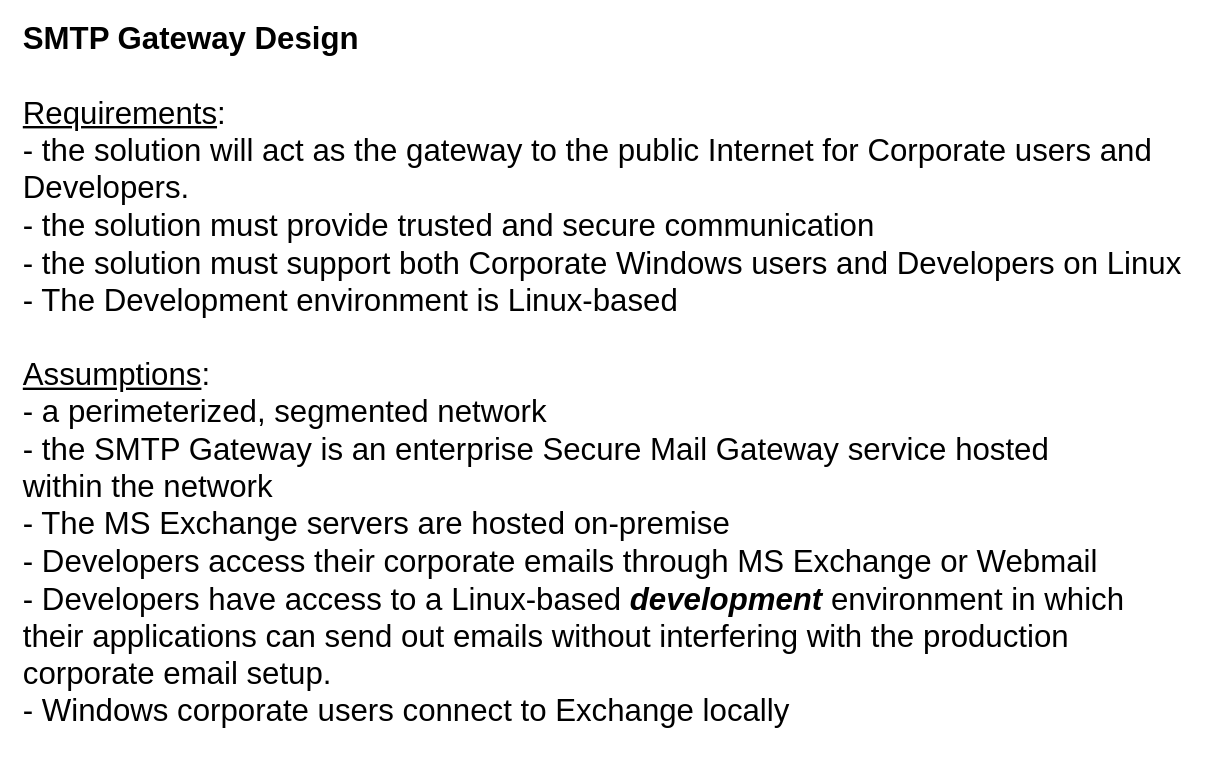
This is page "Requirements and Assumptions" (1 of 4) of SMTP Gateway.drawio from dachachacha/dotfiles, a draw.io file, before an edit. Source tidied: cells renumbered, new cells numbered last; positions are measured from the earlier drawing's top-left corner, leaving out a move shared by most shapes. Both pictures are drawn from the tidied source at 120%, with x=0, y=0 at pixel (20, 20).
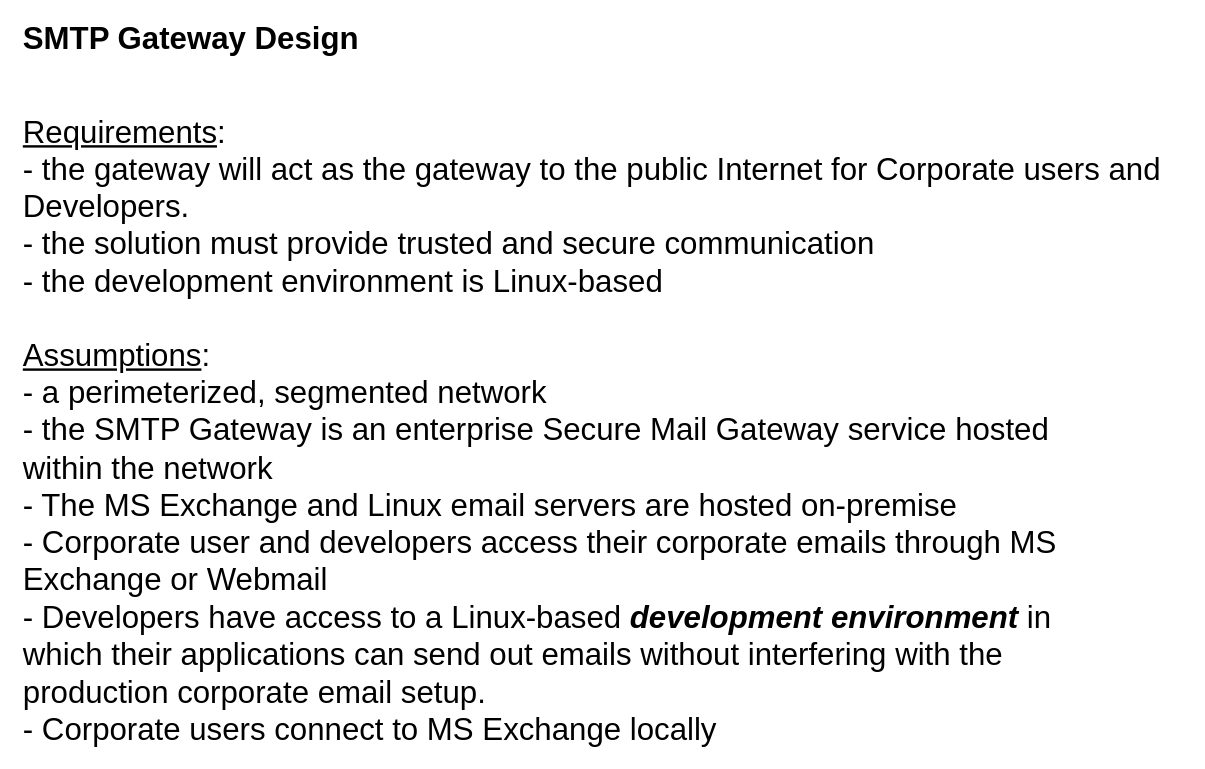
The same page after the edit.

What changed in the source:
```diff
@@
 <mxGraphModel>
   <root>
     <mxCell id="0" />
     <mxCell id="1" parent="0" />
-    <mxCell id="2" value="&lt;u&gt;Assumptions&lt;/u&gt;:&amp;nbsp;&lt;br&gt;&lt;div style=&quot;&quot;&gt;&lt;span style=&quot;background-color: initial;&quot;&gt;-&amp;nbsp;&lt;/span&gt;&lt;span style=&quot;background-color: initial;&quot;&gt;a perimeterized, segmented network&lt;/span&gt;&lt;/div&gt;&lt;div style=&quot;&quot;&gt;&lt;span style=&quot;background-color: initial;&quot;&gt;- the SMTP Gateway is an enterprise&amp;nbsp;Secure Mail Gateway service hosted within the network&lt;/span&gt;&lt;/div&gt;&lt;div style=&quot;&quot;&gt;&lt;span style=&quot;background-color: initial;&quot;&gt;- The MS Exchange servers are hosted on-premise&lt;/span&gt;&lt;/div&gt;&lt;div style=&quot;&quot;&gt;&lt;span style=&quot;background-color: initial;&quot;&gt;- Developers access their corporate emails through MS Exchange or Webmail&lt;/span&gt;&lt;/div&gt;&lt;div style=&quot;&quot;&gt;&lt;span style=&quot;background-color: initial;&quot;&gt;- Developers have access to a Linux-based&amp;nbsp;&lt;i&gt;&lt;b&gt;development&lt;/b&gt;&lt;/i&gt; environment in which their applications can send out emails without interfering with the production corporate email setup.&amp;nbsp;&lt;/span&gt;&lt;/div&gt;&lt;div style=&quot;&quot;&gt;&lt;span style=&quot;background-color: initial;&quot;&gt;- Windows corporate users connect to Exchange locally&amp;nbsp;&lt;/span&gt;&lt;/div&gt;" style="text;html=1;strokeColor=none;fillColor=none;align=left;verticalAlign=middle;whiteSpace=wrap;rounded=0;fontSize=26;" parent="1" vertex="1">
+    <mxCell id="2" value="&lt;u&gt;Assumptions&lt;/u&gt;:&amp;nbsp;&lt;br&gt;&lt;div style=&quot;&quot;&gt;&lt;span style=&quot;background-color: initial;&quot;&gt;-&amp;nbsp;&lt;/span&gt;&lt;span style=&quot;background-color: initial;&quot;&gt;a perimeterized, segmented network&lt;/span&gt;&lt;/div&gt;&lt;div style=&quot;&quot;&gt;&lt;span style=&quot;background-color: initial;&quot;&gt;- the SMTP Gateway is an enterprise&amp;nbsp;Secure Mail Gateway service hosted within the network&lt;/span&gt;&lt;/div&gt;&lt;div style=&quot;&quot;&gt;&lt;span style=&quot;background-color: initial;&quot;&gt;- The MS Exchange and Linux email servers are hosted on-premise&lt;/span&gt;&lt;/div&gt;&lt;div style=&quot;&quot;&gt;&lt;span style=&quot;background-color: initial;&quot;&gt;- Corporate user and developers access their corporate emails through MS Exchange or Webmail&lt;/span&gt;&lt;/div&gt;&lt;div style=&quot;&quot;&gt;&lt;span style=&quot;background-color: initial;&quot;&gt;- Developers have access to a Linux-based&amp;nbsp;&lt;i&gt;&lt;b&gt;development&lt;/b&gt;&lt;/i&gt; &lt;i&gt;&lt;b&gt;environment&lt;/b&gt;&lt;/i&gt; in which their applications can send out emails without interfering with the production corporate email setup.&amp;nbsp;&lt;/span&gt;&lt;/div&gt;&lt;div style=&quot;&quot;&gt;&lt;span style=&quot;background-color: initial;&quot;&gt;- Corporate users connect to MS Exchange locally&amp;nbsp;&lt;/span&gt;&lt;/div&gt;" style="text;html=1;strokeColor=none;fillColor=none;align=left;verticalAlign=middle;whiteSpace=wrap;rounded=0;fontSize=26;" parent="1" vertex="1">
       <mxGeometry y="420" width="920" height="30" as="geometry" />
     </mxCell>
-    <mxCell id="3" value="&lt;u&gt;Requirements&lt;/u&gt;:&amp;nbsp;&lt;br&gt;-&amp;nbsp;the solution will act as the gateway to the public Internet for Corporate users and Developers.&lt;br&gt;&lt;div style=&quot;&quot;&gt;&lt;span style=&quot;background-color: initial;&quot;&gt;- the solution must provide trusted and secure communication&lt;/span&gt;&lt;/div&gt;&lt;div style=&quot;&quot;&gt;&lt;span style=&quot;background-color: initial;&quot;&gt;- the solution must support both Corporate Windows users and Developers on Linux&lt;/span&gt;&lt;/div&gt;&lt;div style=&quot;&quot;&gt;&lt;span style=&quot;background-color: initial;&quot;&gt;- The Development environment is Linux-based&lt;/span&gt;&lt;/div&gt;" style="text;html=1;strokeColor=none;fillColor=none;align=left;verticalAlign=middle;whiteSpace=wrap;rounded=0;fontSize=26;" parent="1" vertex="1">
+    <mxCell id="3" value="&lt;u&gt;Requirements&lt;/u&gt;:&amp;nbsp;&lt;br&gt;-&amp;nbsp;the gateway will act as the gateway to the public Internet for Corporate users and Developers.&lt;br&gt;&lt;div style=&quot;&quot;&gt;&lt;span style=&quot;background-color: initial;&quot;&gt;- the solution must provide trusted and secure communication&lt;/span&gt;&lt;/div&gt;&lt;div style=&quot;&quot;&gt;&lt;span style=&quot;background-color: initial;&quot;&gt;- the development environment is Linux-based&lt;/span&gt;&lt;/div&gt;" style="text;html=1;strokeColor=none;fillColor=none;align=left;verticalAlign=middle;whiteSpace=wrap;rounded=0;fontSize=26;" parent="1" vertex="1">
       <mxGeometry y="140" width="970" height="30" as="geometry" />
     </mxCell>
     <mxCell id="4" value="SMTP Gateway Design" style="text;html=1;strokeColor=none;fillColor=none;align=left;verticalAlign=middle;whiteSpace=wrap;rounded=0;fontSize=26;fontStyle=1;" parent="1" vertex="1">
       <mxGeometry width="385" height="30" as="geometry" />
     </mxCell>
   </root>
 </mxGraphModel>
```
